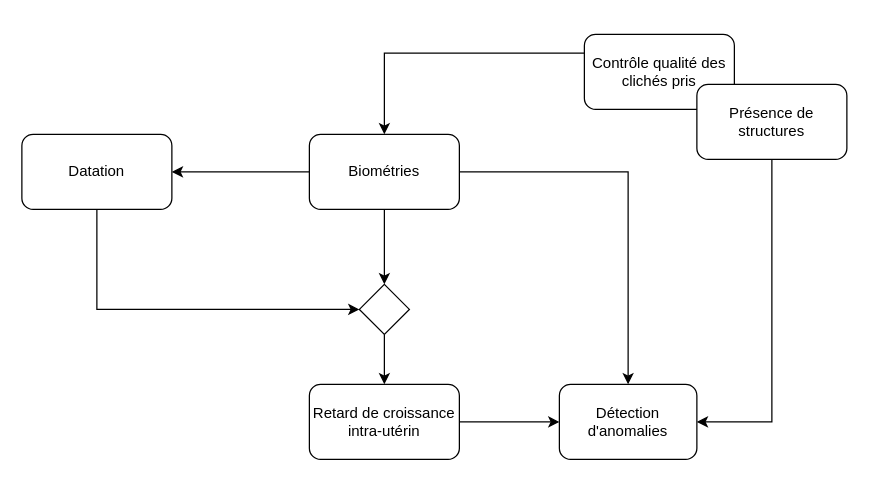
The draw.io diagram Untitled Diagram.drawio in FredericLoge/misc, before the edit. Source tidied: cells renumbered, new cells numbered last; positions are measured from the earlier drawing's top-left corner, leaving out a move shared by most shapes. Both pictures are drawn from the tidied source at 125%, with x=0, y=0 at pixel (21, 34).
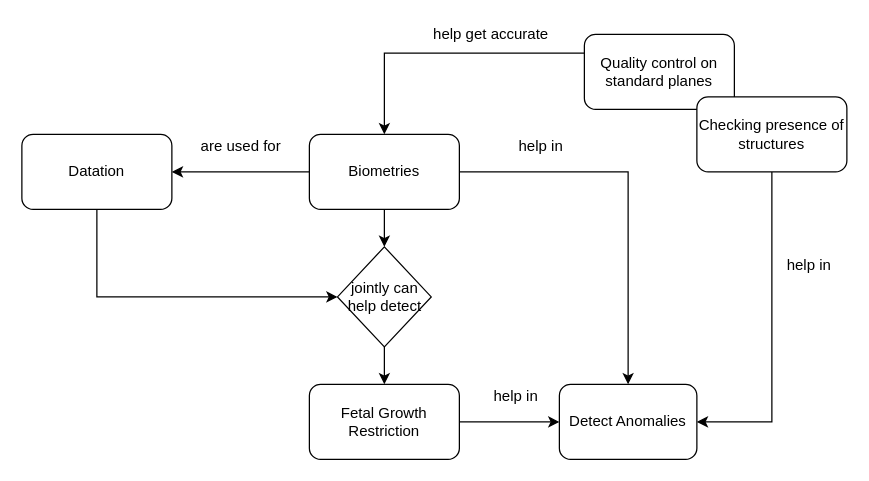
Above is the later version.

Diff of the diagram source:
```diff
@@
-    <mxCell id="5" value="Retard de croissance intra-utérin" style="rounded=1;whiteSpace=wrap;html=1;" parent="1" vertex="1">
+    <mxCell id="5" value="Fetal Growth Restriction" style="rounded=1;whiteSpace=wrap;html=1;" parent="1" vertex="1">
       <mxGeometry x="230" y="280" width="120" height="60" as="geometry" />
     </mxCell>
@@
-    <mxCell id="9" value="Biométries" style="rounded=1;whiteSpace=wrap;html=1;" parent="1" vertex="1">
+    <mxCell id="9" value="Biometries" style="rounded=1;whiteSpace=wrap;html=1;" parent="1" vertex="1">
       <mxGeometry x="230" y="80" width="120" height="60" as="geometry" />
     </mxCell>
@@
-    <mxCell id="11" style="rhombus;whiteSpace=wrap;html=1;" parent="1" vertex="1">
-      <mxGeometry x="270" y="200" width="40" height="40" as="geometry" />
+    <mxCell id="11" value="jointly can help detect" style="rhombus;whiteSpace=wrap;html=1;" parent="1" vertex="1">
+      <mxGeometry x="252.5" y="170" width="75" height="80" as="geometry" />
     </mxCell>
-    <mxCell id="12" value="Détection d'anomalies" style="rounded=1;whiteSpace=wrap;html=1;" parent="1" vertex="1">
+    <mxCell id="12" value="Detect Anomalies" style="rounded=1;whiteSpace=wrap;html=1;" parent="1" vertex="1">
       <mxGeometry x="430" y="280" width="110" height="60" as="geometry" />
     </mxCell>
@@
-    <mxCell id="14" value="Contrôle qualité des clichés pris" style="rounded=1;whiteSpace=wrap;html=1;" parent="1" vertex="1">
+    <mxCell id="14" value="Quality control on standard planes" style="rounded=1;whiteSpace=wrap;html=1;" parent="1" vertex="1">
       <mxGeometry x="450" width="120" height="60" as="geometry" />
     </mxCell>
@@
-    <mxCell id="16" value="Présence de structures" style="rounded=1;whiteSpace=wrap;html=1;" parent="1" vertex="1">
-      <mxGeometry x="540" y="40" width="120" height="60" as="geometry" />
+    <mxCell id="16" value="Checking presence of structures" style="rounded=1;whiteSpace=wrap;html=1;" parent="1" vertex="1">
+      <mxGeometry x="540" y="50" width="120" height="60" as="geometry" />
     </mxCell>
+    <mxCell id="17" value="are used for" style="text;html=1;align=center;verticalAlign=middle;strokeColor=none;fillColor=none;" parent="1" vertex="1">
+      <mxGeometry x="135" y="80" width="80" height="20" as="geometry" />
+    </mxCell>
+    <mxCell id="18" value="help get accurate" style="text;html=1;align=center;verticalAlign=middle;strokeColor=none;fillColor=none;" parent="1" vertex="1">
+      <mxGeometry x="320" y="-10" width="110" height="20" as="geometry" />
+    </mxCell>
+    <mxCell id="19" value="help in" style="text;html=1;align=center;verticalAlign=middle;strokeColor=none;fillColor=none;" parent="1" vertex="1">
+      <mxGeometry x="390" y="80" width="50" height="20" as="geometry" />
+    </mxCell>
+    <mxCell id="20" value="help in" style="text;html=1;strokeColor=none;fillColor=none;align=center;verticalAlign=middle;whiteSpace=wrap;rounded=0;" parent="1" vertex="1">
+      <mxGeometry x="600" y="170" width="60" height="30" as="geometry" />
+    </mxCell>
+    <mxCell id="21" value="help in" style="text;html=1;align=center;verticalAlign=middle;strokeColor=none;fillColor=none;" parent="1" vertex="1">
+      <mxGeometry x="370" y="280" width="50" height="20" as="geometry" />
+    </mxCell>
```
